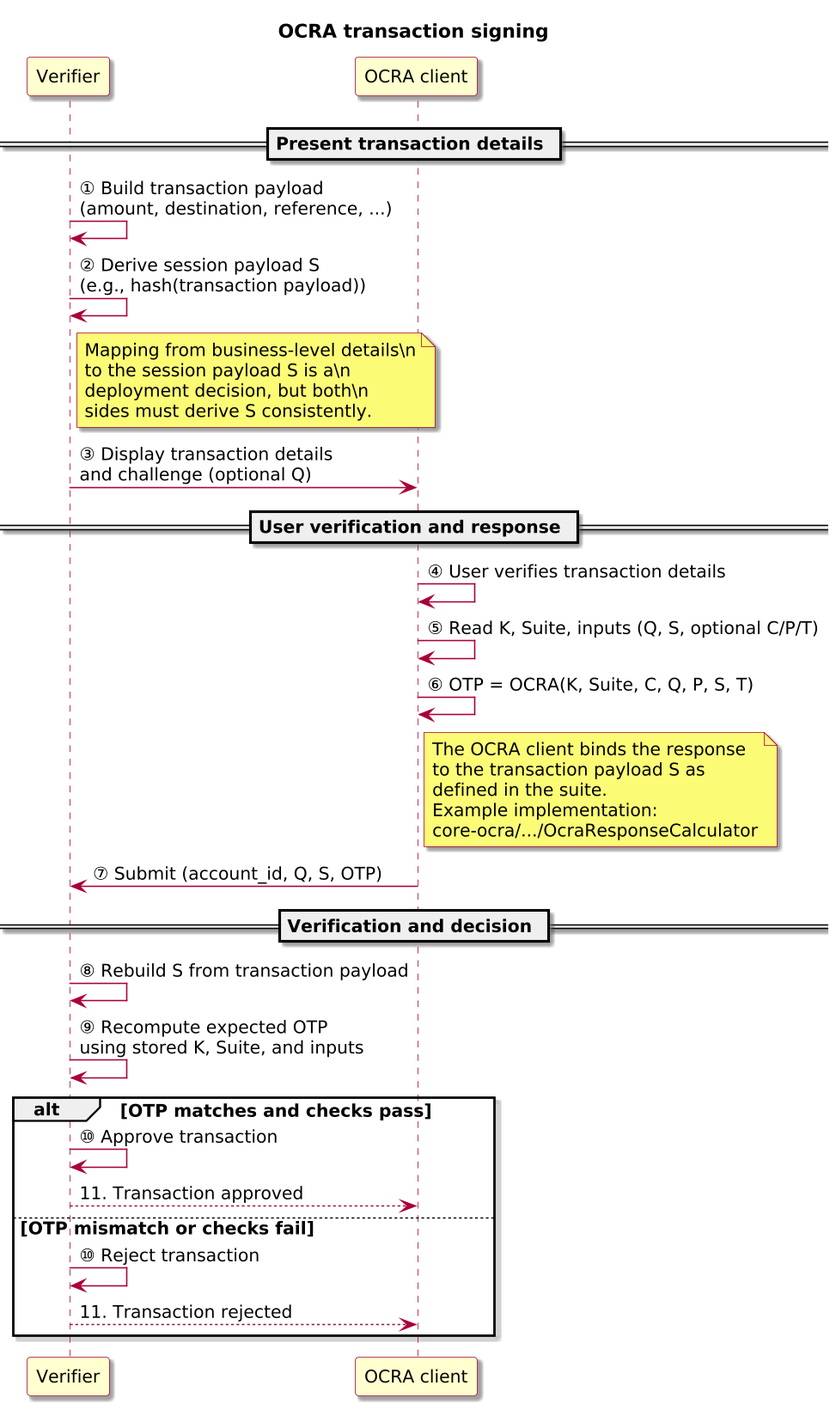
Above: docs/3-reference/protocols/diagrams/ocra-transaction-signing.png in ivanstambuk/openauth-sim (PlantUML), before the change.
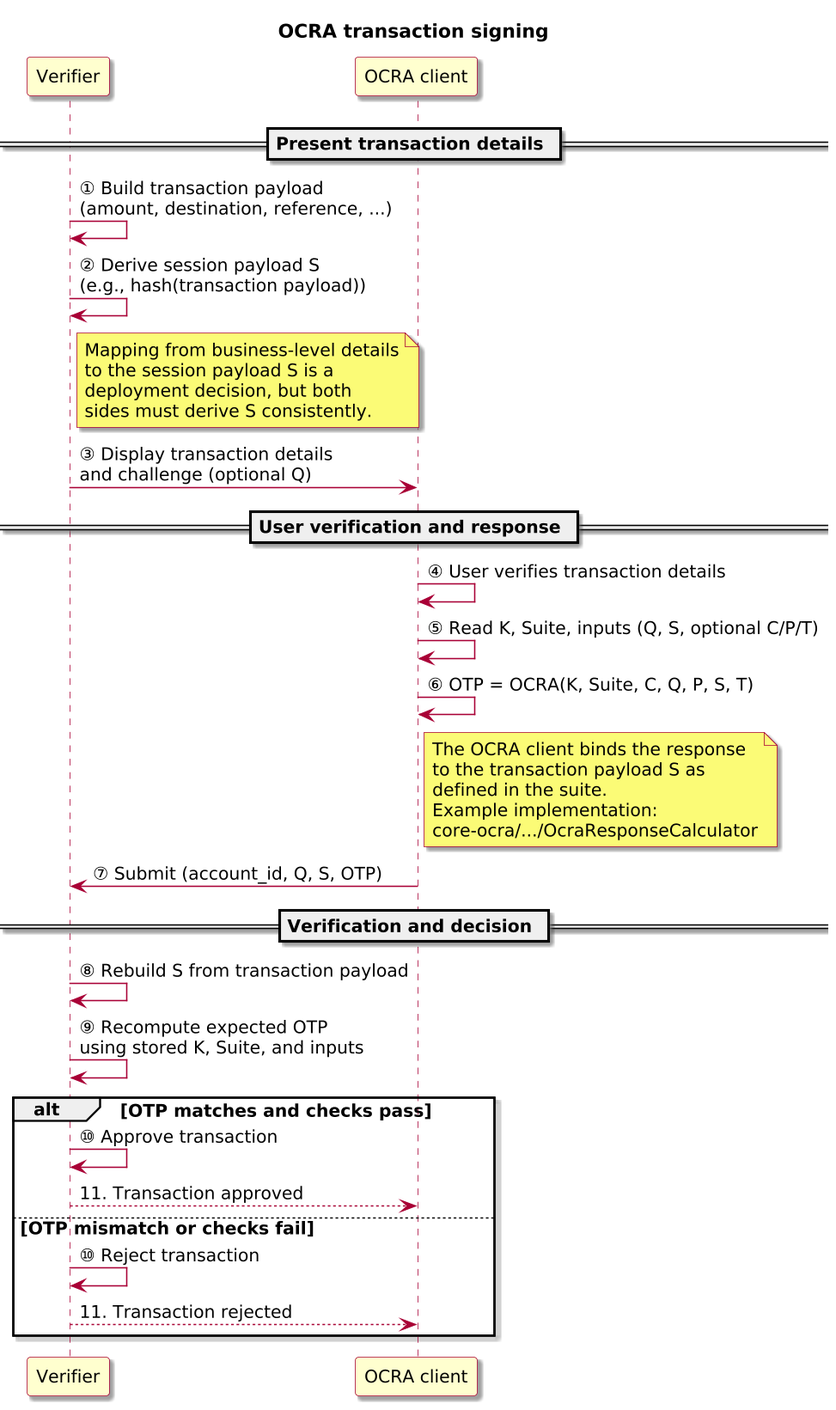
Later version of the same file.

The edit, as a diff of the source:
```diff
@@ -36,9 +36,9 @@
 Verifier -> Verifier: ① Build transaction payload\n(amount, destination, reference, ...)
 Verifier -> Verifier: ② Derive session payload S\n(e.g., hash(transaction payload))
 note right of Verifier
-  Mapping from business-level details\n
-  to the session payload S is a\n
-  deployment decision, but both\n
+  Mapping from business-level details
+  to the session payload S is a
+  deployment decision, but both
   sides must derive S consistently.
 end note
 
```
